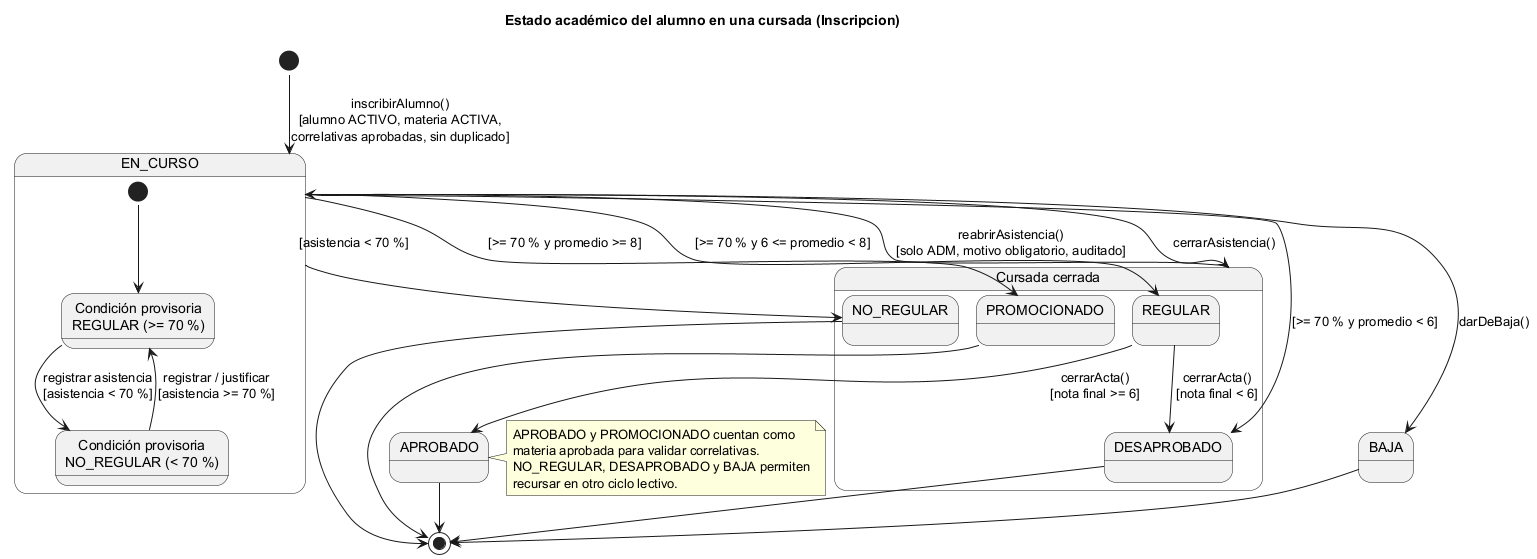
Before: document/diagramas/estados-academicos.png, a diagram exported from PlantUML (ISMAELALTHENOFER/BACKOFFICE-ACADEMICO-ITEC-N-1).
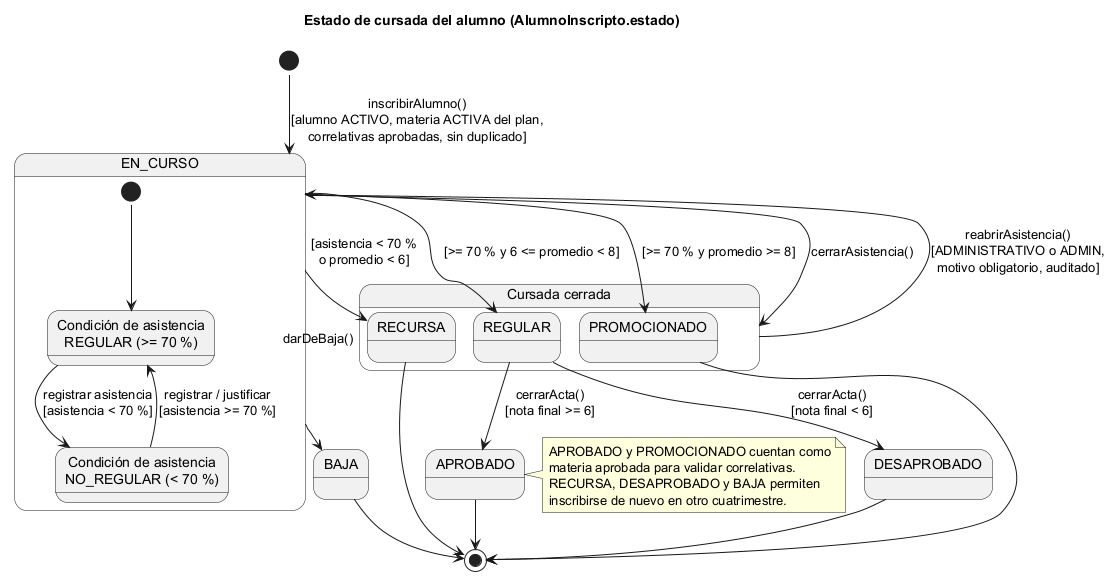
The same diagram one commit later.

The edit, as a diff of the source:
```diff
@@ -1,31 +1,29 @@
 @startuml estados-academicos
 !pragma layout smetana
 skinparam shadowing false
-title Estado académico del alumno en una cursada (Inscripcion)
+title Estado de cursada del alumno (AlumnoInscripto.estado)
 
 state EN_CURSO {
-  state "Condición provisoria\nREGULAR (>= 70 %)" as PROV_REG
-  state "Condición provisoria\nNO_REGULAR (< 70 %)" as PROV_NOREG
+  state "Condición de asistencia\nREGULAR (>= 70 %)" as PROV_REG
+  state "Condición de asistencia\nNO_REGULAR (< 70 %)" as PROV_NOREG
   [*] --> PROV_REG
   PROV_REG --> PROV_NOREG : registrar asistencia\n[asistencia < 70 %]
   PROV_NOREG --> PROV_REG : registrar / justificar\n[asistencia >= 70 %]
 }
 
 state "Cursada cerrada" as CERRADA {
-  state NO_REGULAR
-  state DESAPROBADO
+  state RECURSA
   state REGULAR
   state PROMOCIONADO
 }
 
-[*] --> EN_CURSO : inscribirAlumno()\n[alumno ACTIVO, materia ACTIVA,\ncorrelativas aprobadas, sin duplicado]
+[*] --> EN_CURSO : inscribirAlumno()\n[alumno ACTIVO, materia ACTIVA del plan,\ncorrelativas aprobadas, sin duplicado]
 EN_CURSO --> BAJA : darDeBaja()
 EN_CURSO --> CERRADA : cerrarAsistencia()
-EN_CURSO -down-> NO_REGULAR : [asistencia < 70 %]
-EN_CURSO -down-> DESAPROBADO : [>= 70 % y promedio < 6]
+EN_CURSO -down-> RECURSA : [asistencia < 70 %\no promedio < 6]
 EN_CURSO -down-> REGULAR : [>= 70 % y 6 <= promedio < 8]
 EN_CURSO -down-> PROMOCIONADO : [>= 70 % y promedio >= 8]
-CERRADA --> EN_CURSO : reabrirAsistencia()\n[solo ADM, motivo obligatorio, auditado]
+CERRADA --> EN_CURSO : reabrirAsistencia()\n[ADMINISTRATIVO o ADMIN,\nmotivo obligatorio, auditado]
 
 REGULAR --> APROBADO : cerrarActa()\n[nota final >= 6]
 REGULAR --> DESAPROBADO : cerrarActa()\n[nota final < 6]
@@ -33,13 +31,13 @@
 APROBADO --> [*]
 PROMOCIONADO --> [*]
 DESAPROBADO --> [*]
-NO_REGULAR --> [*]
+RECURSA --> [*]
 BAJA --> [*]
 
 note right of APROBADO
   APROBADO y PROMOCIONADO cuentan como
   materia aprobada para validar correlativas.
-  NO_REGULAR, DESAPROBADO y BAJA permiten
-  recursar en otro ciclo lectivo.
+  RECURSA, DESAPROBADO y BAJA permiten
+  inscribirse de nuevo en otro cuatrimestre.
 end note
 @enduml
```
